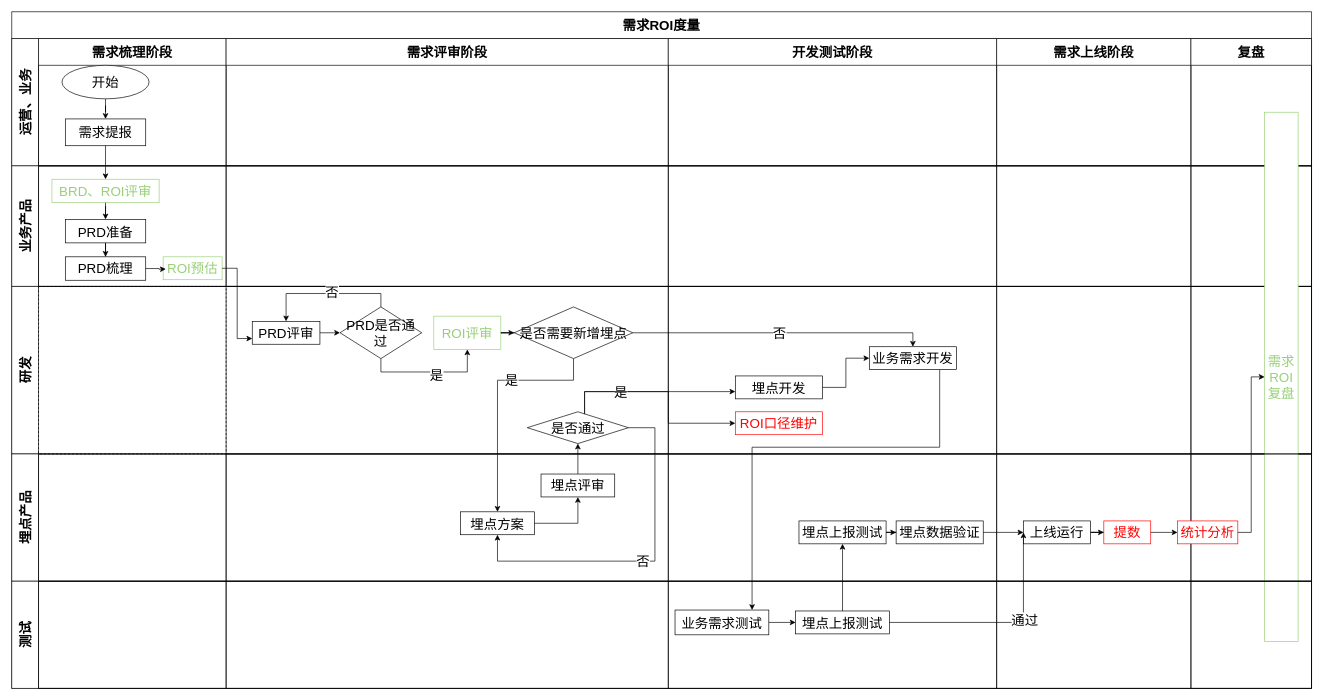
Before: page "职能流程图" (2 of 7) of 需求ROI评估.drawio in lihongliang1989/diagram, a draw.io diagram. Source tidied: cells renumbered, new cells numbered last; positions are measured from the earlier drawing's top-left corner, leaving out a move shared by most shapes. Both pictures are drawn from the tidied source at 67%, with x=0, y=0 at pixel (11, 11).
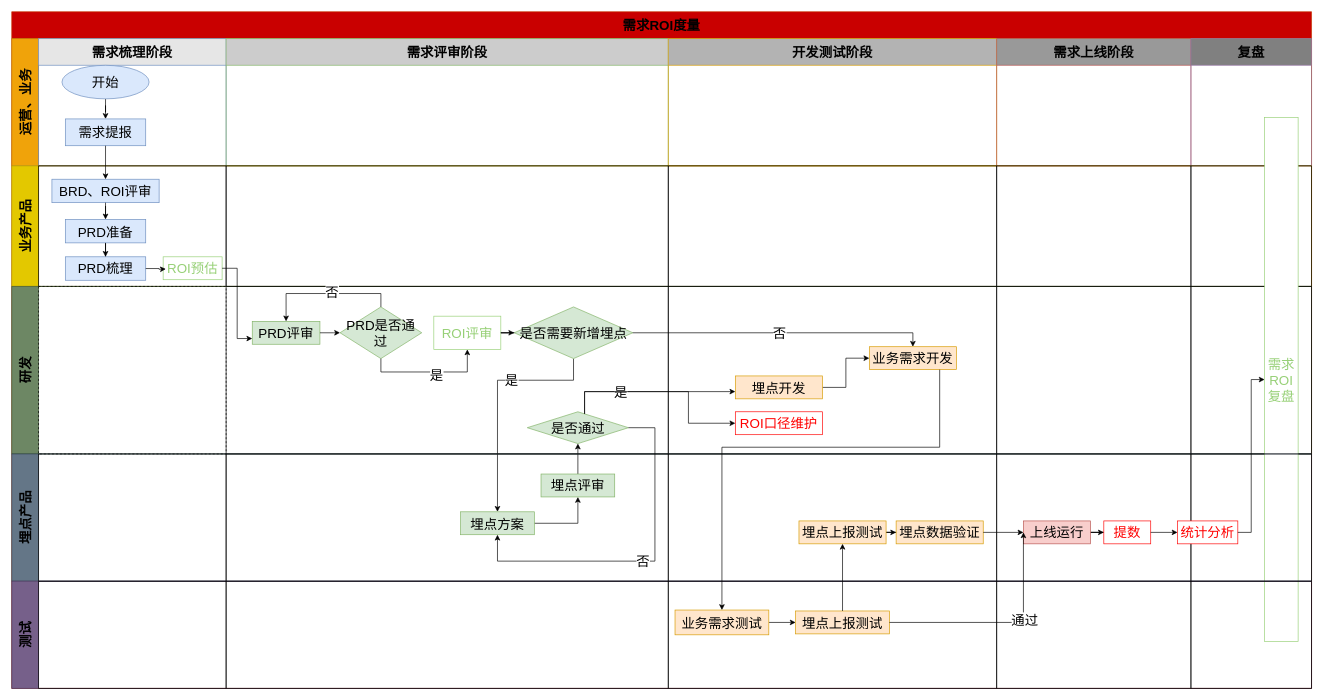
The same diagram, later.

The change refers to these unchanged cells:
```xml
<mxCell id="13" style="swimlane;startSize=0;html=1;whiteSpace=wrap;fontSize=20;" parent="12" vertex="1">
  <mxGeometry x="40" width="280" height="180" as="geometry" />
</mxCell>
<mxCell id="30" style="swimlane;startSize=0;html=1;whiteSpace=wrap;swimlaneLine=1;fontSize=20;" parent="28" vertex="1">
  <mxGeometry x="320" width="660" height="250" as="geometry" />
</mxCell>
<mxCell id="42" style="swimlane;startSize=0;html=1;whiteSpace=wrap;fontSize=20;" parent="28" vertex="1">
  <mxGeometry x="980" width="490" height="250" as="geometry" />
</mxCell>
<mxCell id="46" value="ROI口径维护" style="rounded=0;whiteSpace=wrap;html=1;gradientColor=none;fontSize=20;strokeColor=#FF0000;fontColor=#FF0000;" parent="42" vertex="1">
  <mxGeometry x="100" y="187.1" width="130" height="34.2" as="geometry" />
</mxCell>
<mxCell id="48" style="swimlane;startSize=0;html=1;whiteSpace=wrap;fontSize=20;" parent="28" vertex="1">
  <mxGeometry x="1760" width="180" height="250" as="geometry" />
</mxCell>
<mxCell id="56" style="swimlane;startSize=0;html=1;whiteSpace=wrap;fontSize=20;" parent="54" vertex="1">
  <mxGeometry x="320" width="660" height="190" as="geometry" />
</mxCell>
<mxCell id="60" style="swimlane;startSize=0;html=1;whiteSpace=wrap;fontSize=20;" parent="54" vertex="1">
  <mxGeometry x="980" width="490" height="190" as="geometry" />
</mxCell>
<mxCell id="64" style="swimlane;startSize=0;html=1;whiteSpace=wrap;fontSize=20;" parent="54" vertex="1">
  <mxGeometry x="1470" width="290" height="190" as="geometry" />
</mxCell>
<mxCell id="75" style="swimlane;startSize=0;html=1;whiteSpace=wrap;fontSize=20;" parent="72" vertex="1">
  <mxGeometry x="980" width="490" height="160" as="geometry" />
</mxCell>
```

What changed in the source:
```diff
@@
-    <mxCell id="2" value="需求ROI度量" style="shape=table;childLayout=tableLayout;rowLines=0;columnLines=0;startSize=40;html=1;whiteSpace=wrap;fontStyle=1;fontSize=20;" parent="1" vertex="1">
+    <mxCell id="2" value="需求ROI度量" style="shape=table;childLayout=tableLayout;rowLines=0;columnLines=0;startSize=40;html=1;whiteSpace=wrap;fontStyle=1;fontSize=20;strokeColor=#C73500;fontColor=#000000;fillColor=#C90000;" parent="1" vertex="1">
       <mxGeometry width="1940" height="1010" as="geometry" />
     </mxCell>
-    <mxCell id="3" value="&lt;font style=&quot;font-size: 20px;&quot;&gt;运营、业务&lt;/font&gt;" style="swimlane;horizontal=0;startSize=40;html=1;whiteSpace=wrap;fontSize=20;" parent="2" vertex="1">
+    <mxCell id="3" value="&lt;font style=&quot;font-size: 20px;&quot;&gt;运营、业务&lt;/font&gt;" style="swimlane;horizontal=0;startSize=40;html=1;whiteSpace=wrap;fontSize=20;fillColor=#f0a30a;strokeColor=#BD7000;fontColor=#000000;" parent="2" vertex="1">
       <mxGeometry y="40" width="1940" height="190" as="geometry" />
     </mxCell>
-    <mxCell id="4" value="&lt;font style=&quot;font-size: 20px;&quot;&gt;需求梳理阶段&lt;/font&gt;" style="swimlane;startSize=40;html=1;whiteSpace=wrap;fontSize=20;" parent="3" vertex="1">
+    <mxCell id="4" value="&lt;font style=&quot;font-size: 20px;&quot;&gt;需求梳理阶段&lt;/font&gt;" style="swimlane;startSize=40;html=1;whiteSpace=wrap;fontSize=20;strokeColor=#6c8ebf;swimlaneFillColor=none;fillColor=#E6E6E6;" parent="3" vertex="1">
       <mxGeometry x="40" width="280" height="190" as="geometry" />
     </mxCell>
@@
-    <mxCell id="6" value="开始" style="ellipse;whiteSpace=wrap;html=1;fontColor=#000000;strokeColor=#000000;gradientColor=none;fontSize=20;" parent="4" vertex="1">
+    <mxCell id="6" value="开始" style="ellipse;whiteSpace=wrap;html=1;strokeColor=#6c8ebf;fontSize=20;fillColor=#dae8fc;" parent="4" vertex="1">
       <mxGeometry x="35" y="40" width="130" height="50" as="geometry" />
     </mxCell>
-    <mxCell id="7" value="需求提报" style="rounded=0;whiteSpace=wrap;html=1;fontColor=#000000;strokeColor=#000000;gradientColor=none;fontSize=20;" parent="4" vertex="1">
+    <mxCell id="7" value="需求提报" style="rounded=0;whiteSpace=wrap;html=1;strokeColor=#6c8ebf;fontSize=20;fillColor=#dae8fc;" parent="4" vertex="1">
       <mxGeometry x="40" y="120" width="120" height="40" as="geometry" />
     </mxCell>
-    <mxCell id="8" value="&lt;font style=&quot;font-size: 20px;&quot;&gt;需求评审阶段&lt;/font&gt;" style="swimlane;startSize=40;html=1;whiteSpace=wrap;fontSize=20;" parent="3" vertex="1">
+    <mxCell id="8" value="&lt;font style=&quot;font-size: 20px;&quot;&gt;需求评审阶段&lt;/font&gt;" style="swimlane;startSize=40;html=1;whiteSpace=wrap;fontSize=20;strokeColor=#82b366;fillColor=#CCCCCC;" parent="3" vertex="1">
       <mxGeometry x="320" width="660" height="190" as="geometry" />
     </mxCell>
-    <mxCell id="9" value="&lt;font style=&quot;font-size: 20px;&quot;&gt;开发测试阶段&lt;/font&gt;" style="swimlane;startSize=40;html=1;whiteSpace=wrap;fontSize=20;" parent="3" vertex="1">
+    <mxCell id="9" value="&lt;font style=&quot;font-size: 20px;&quot;&gt;开发测试阶段&lt;/font&gt;" style="swimlane;startSize=40;html=1;whiteSpace=wrap;fontSize=20;strokeColor=#d79b00;fillColor=#B3B3B3;" parent="3" vertex="1">
       <mxGeometry x="980" width="490" height="190" as="geometry" />
     </mxCell>
-    <mxCell id="10" value="&lt;font style=&quot;font-size: 20px;&quot;&gt;需求上线阶段&lt;/font&gt;" style="swimlane;startSize=40;html=1;whiteSpace=wrap;fontSize=20;" parent="3" vertex="1">
+    <mxCell id="10" value="&lt;font style=&quot;font-size: 20px;&quot;&gt;需求上线阶段&lt;/font&gt;" style="swimlane;startSize=40;html=1;whiteSpace=wrap;fontSize=20;strokeColor=#b85450;fillColor=#999999;" parent="3" vertex="1">
       <mxGeometry x="1470" width="290" height="190" as="geometry" />
     </mxCell>
-    <mxCell id="11" value="&lt;font style=&quot;font-size: 20px;&quot;&gt;复盘&lt;/font&gt;" style="swimlane;startSize=40;html=1;whiteSpace=wrap;fontSize=20;" parent="3" vertex="1">
+    <mxCell id="11" value="&lt;font style=&quot;font-size: 20px;&quot;&gt;复盘&lt;/font&gt;" style="swimlane;startSize=40;html=1;whiteSpace=wrap;fontSize=20;strokeColor=#9673a6;fillColor=#808080;" parent="3" vertex="1">
       <mxGeometry x="1760" width="180" height="190" as="geometry" />
     </mxCell>
-    <mxCell id="12" value="&lt;font style=&quot;font-size: 20px;&quot;&gt;业务产品&lt;/font&gt;" style="swimlane;horizontal=0;startSize=40;html=1;whiteSpace=wrap;fontSize=20;" parent="2" vertex="1">
+    <mxCell id="12" value="&lt;font style=&quot;font-size: 20px;&quot;&gt;业务产品&lt;/font&gt;" style="swimlane;horizontal=0;startSize=40;html=1;whiteSpace=wrap;fontSize=20;fillColor=#e3c800;strokeColor=#B09500;fontColor=#000000;" parent="2" vertex="1">
       <mxGeometry y="230" width="1940" height="180" as="geometry" />
     </mxCell>
@@
-    <mxCell id="14" value="PRD准备" style="rounded=0;whiteSpace=wrap;html=1;fontColor=#000000;strokeColor=#000000;gradientColor=none;fontSize=20;" parent="13" vertex="1">
+    <mxCell id="14" value="PRD准备" style="rounded=0;whiteSpace=wrap;html=1;strokeColor=#6c8ebf;fontSize=20;fillColor=#dae8fc;" parent="13" vertex="1">
       <mxGeometry x="40" y="80" width="120" height="35" as="geometry" />
     </mxCell>
-    <mxCell id="15" value="BRD、ROI评审" style="rounded=0;whiteSpace=wrap;html=1;fontColor=#97D077;strokeColor=#97D077;gradientColor=none;fontSize=20;" parent="13" vertex="1">
+    <mxCell id="15" value="BRD、ROI评审" style="rounded=0;whiteSpace=wrap;html=1;strokeColor=#6c8ebf;fontSize=20;fillColor=#dae8fc;" parent="13" vertex="1">
       <mxGeometry x="20" y="20" width="160" height="35" as="geometry" />
     </mxCell>
@@
-    <mxCell id="17" value="PRD梳理" style="rounded=0;whiteSpace=wrap;html=1;fontColor=#000000;strokeColor=#000000;gradientColor=none;fontSize=20;" parent="13" vertex="1">
+    <mxCell id="17" value="PRD梳理" style="rounded=0;whiteSpace=wrap;html=1;strokeColor=#6c8ebf;fontSize=20;fillColor=#dae8fc;" parent="13" vertex="1">
       <mxGeometry x="40" y="135.8" width="120" height="35" as="geometry" />
     </mxCell>
@@
-    <mxCell id="19" value="ROI预估" style="rounded=0;whiteSpace=wrap;html=1;gradientColor=none;strokeColor=#97D077;fontColor=#97D077;fontSize=20;" parent="13" vertex="1">
+    <mxCell id="19" value="ROI预估" style="rounded=0;whiteSpace=wrap;html=1;strokeColor=#97D077;fontSize=20;fillColor=#ffffff;fontColor=#97D077;" parent="13" vertex="1">
       <mxGeometry x="186" y="135.8" width="88" height="34.2" as="geometry" />
     </mxCell>
@@
-    <mxCell id="28" value="&lt;font style=&quot;font-size: 20px;&quot;&gt;研发&lt;/font&gt;" style="swimlane;horizontal=0;startSize=40;html=1;whiteSpace=wrap;fontSize=20;" parent="2" vertex="1">
+    <mxCell id="28" value="&lt;font style=&quot;font-size: 20px;&quot;&gt;研发&lt;/font&gt;" style="swimlane;horizontal=0;startSize=40;html=1;whiteSpace=wrap;fontSize=20;fillColor=#6d8764;strokeColor=#3A5431;" parent="2" vertex="1">
       <mxGeometry y="410" width="1940" height="250" as="geometry" />
     </mxCell>
@@
-    <mxCell id="31" value="是否通过" style="rhombus;whiteSpace=wrap;html=1;fontColor=#000000;strokeColor=#000000;gradientColor=none;fontSize=20;" parent="30" vertex="1">
+    <mxCell id="31" value="是否通过" style="rhombus;whiteSpace=wrap;html=1;strokeColor=#82b366;fontSize=20;fillColor=#d5e8d4;" parent="30" vertex="1">
       <mxGeometry x="449.5" y="187.1" width="151" height="47.5" as="geometry" />
     </mxCell>
-    <mxCell id="32" value="PRD是否通过" style="rhombus;whiteSpace=wrap;html=1;fontSize=20;" parent="30" vertex="1">
+    <mxCell id="32" value="PRD是否通过" style="rhombus;whiteSpace=wrap;html=1;fontSize=20;fillColor=#d5e8d4;strokeColor=#82b366;" parent="30" vertex="1">
       <mxGeometry x="170" y="30.6" width="122" height="77.1" as="geometry" />
     </mxCell>
-    <mxCell id="33" value="PRD评审" style="rounded=0;whiteSpace=wrap;html=1;fontSize=20;" parent="30" vertex="1">
+    <mxCell id="33" value="PRD评审" style="rounded=0;whiteSpace=wrap;html=1;fontSize=20;fillColor=#d5e8d4;strokeColor=#82b366;" parent="30" vertex="1">
       <mxGeometry x="39" y="52.1" width="101" height="34.2" as="geometry" />
     </mxCell>
@@
-    <mxCell id="40" value="是否需要新增埋点" style="rhombus;whiteSpace=wrap;html=1;fontColor=#000000;strokeColor=#000000;gradientColor=none;fontSize=20;" parent="30" vertex="1">
+    <mxCell id="40" value="是否需要新增埋点" style="rhombus;whiteSpace=wrap;html=1;strokeColor=#82b366;fontSize=20;fillColor=#d5e8d4;" parent="30" vertex="1">
       <mxGeometry x="430" y="30.6" width="177" height="77.1" as="geometry" />
     </mxCell>
@@
-    <mxCell id="44" value="埋点开发" style="rounded=0;whiteSpace=wrap;html=1;fontColor=#000000;strokeColor=#000000;gradientColor=none;fontSize=20;" parent="42" vertex="1">
+    <mxCell id="44" value="埋点开发" style="rounded=0;whiteSpace=wrap;html=1;strokeColor=#d79b00;fontSize=20;fillColor=#ffe6cc;" parent="42" vertex="1">
       <mxGeometry x="100" y="133.6" width="130" height="34.2" as="geometry" />
     </mxCell>
-    <mxCell id="45" value="业务需求开发" style="rounded=0;whiteSpace=wrap;html=1;fontColor=#000000;strokeColor=#000000;gradientColor=none;fontSize=20;" parent="42" vertex="1">
+    <mxCell id="45" value="业务需求开发" style="rounded=0;whiteSpace=wrap;html=1;strokeColor=#d79b00;fontSize=20;fillColor=#ffe6cc;" parent="42" vertex="1">
       <mxGeometry x="300" y="90" width="130" height="34.2" as="geometry" />
     </mxCell>
@@
     <mxCell id="49" value="需求ROI复盘" style="rounded=0;whiteSpace=wrap;html=1;fontColor=#97D077;strokeColor=#97D077;gradientColor=none;fontSize=20;" parent="48" vertex="1">
-      <mxGeometry x="110" y="-260" width="50" height="790" as="geometry" />
+      <mxGeometry x="110" y="-252" width="50" height="782" as="geometry" />
     </mxCell>
@@
     <mxCell id="52" style="edgeStyle=orthogonalEdgeStyle;rounded=0;jettySize=auto;html=1;entryX=0;entryY=0.5;entryDx=0;entryDy=0;fontColor=#000000;fontSize=20;" parent="28" edge="1" source="31" target="46">
       <mxGeometry relative="1" as="geometry">
         <Array as="points">
           <mxPoint x="855" y="157" />
-          <mxPoint x="980" y="157" />
-          <mxPoint x="980" y="204" />
+          <mxPoint x="1010" y="157" />
+          <mxPoint x="1010" y="204" />
         </Array>
       </mxGeometry>
     </mxCell>
@@
-    <mxCell id="54" value="&lt;font style=&quot;font-size: 20px;&quot;&gt;埋点产品&lt;/font&gt;" style="swimlane;horizontal=0;startSize=40;html=1;whiteSpace=wrap;fontSize=20;" parent="2" vertex="1">
+    <mxCell id="54" value="&lt;font style=&quot;font-size: 20px;&quot;&gt;埋点产品&lt;/font&gt;" style="swimlane;horizontal=0;startSize=40;html=1;whiteSpace=wrap;fontSize=20;fillColor=#647687;strokeColor=#314354;" parent="2" vertex="1">
       <mxGeometry y="660" width="1940" height="190" as="geometry" />
     </mxCell>
@@
-    <mxCell id="58" value="埋点方案" style="rounded=0;whiteSpace=wrap;html=1;fontColor=#000000;strokeColor=#000000;gradientColor=none;fontSize=20;" parent="56" vertex="1">
+    <mxCell id="58" value="埋点方案" style="rounded=0;whiteSpace=wrap;html=1;strokeColor=#82b366;fontSize=20;fillColor=#d5e8d4;" parent="56" vertex="1">
       <mxGeometry x="350" y="86.4" width="110" height="34.2" as="geometry" />
     </mxCell>
-    <mxCell id="59" value="埋点评审" style="rounded=0;whiteSpace=wrap;html=1;fontColor=#000000;strokeColor=#000000;gradientColor=none;fontSize=20;" parent="56" vertex="1">
+    <mxCell id="59" value="埋点评审" style="rounded=0;whiteSpace=wrap;html=1;strokeColor=#82b366;fontSize=20;fillColor=#d5e8d4;" parent="56" vertex="1">
       <mxGeometry x="470" y="30" width="110" height="34.2" as="geometry" />
     </mxCell>
@@
-    <mxCell id="62" value="埋点上报测试" style="rounded=0;whiteSpace=wrap;html=1;fontColor=#000000;strokeColor=#000000;gradientColor=none;fontSize=20;" parent="60" vertex="1">
+    <mxCell id="62" value="埋点上报测试" style="rounded=0;whiteSpace=wrap;html=1;strokeColor=#d79b00;fontSize=20;fillColor=#ffe6cc;" parent="60" vertex="1">
       <mxGeometry x="195" y="100" width="130" height="34.2" as="geometry" />
     </mxCell>
-    <mxCell id="63" value="埋点数据验证" style="rounded=0;whiteSpace=wrap;html=1;fontColor=#000000;strokeColor=#000000;gradientColor=none;fontSize=20;" parent="60" vertex="1">
+    <mxCell id="63" value="埋点数据验证" style="rounded=0;whiteSpace=wrap;html=1;strokeColor=#d79b00;fontSize=20;fillColor=#ffe6cc;" parent="60" vertex="1">
       <mxGeometry x="340" y="100" width="130" height="34.2" as="geometry" />
     </mxCell>
@@
-    <mxCell id="66" value="上线运行" style="rounded=0;whiteSpace=wrap;html=1;fontColor=#000000;strokeColor=#000000;gradientColor=none;fontSize=20;" parent="64" vertex="1">
+    <mxCell id="66" value="上线运行" style="rounded=0;whiteSpace=wrap;html=1;strokeColor=#b85450;fontSize=20;fillColor=#f8cecc;" parent="64" vertex="1">
       <mxGeometry x="40" y="100" width="100" height="34.2" as="geometry" />
     </mxCell>
@@
-    <mxCell id="72" value="&lt;font style=&quot;font-size: 20px;&quot;&gt;测试&lt;/font&gt;" style="swimlane;horizontal=0;startSize=40;html=1;whiteSpace=wrap;fontSize=20;" parent="2" vertex="1">
+    <mxCell id="72" value="&lt;font style=&quot;font-size: 20px;&quot;&gt;测试&lt;/font&gt;" style="swimlane;horizontal=0;startSize=40;html=1;whiteSpace=wrap;fontSize=20;fillColor=#76608a;strokeColor=#432D57;" parent="2" vertex="1">
       <mxGeometry y="850" width="1940" height="160" as="geometry" />
     </mxCell>
@@
-    <mxCell id="76" value="埋点上报测试" style="rounded=0;whiteSpace=wrap;html=1;fontColor=#000000;strokeColor=#000000;gradientColor=none;fontSize=20;" parent="75" vertex="1">
+    <mxCell id="76" value="埋点上报测试" style="rounded=0;whiteSpace=wrap;html=1;strokeColor=#d79b00;fontSize=20;fillColor=#ffe6cc;" parent="75" vertex="1">
       <mxGeometry x="190" y="44.4" width="140" height="34.2" as="geometry" />
     </mxCell>
@@
-    <mxCell id="78" value="业务需求测试" style="rounded=0;whiteSpace=wrap;html=1;fontColor=#000000;strokeColor=#000000;gradientColor=none;fontSize=20;" parent="75" vertex="1">
+    <mxCell id="78" value="业务需求测试" style="rounded=0;whiteSpace=wrap;html=1;strokeColor=#d79b00;fontSize=20;fillColor=#ffe6cc;" parent="75" vertex="1">
       <mxGeometry x="10" y="43" width="140" height="37" as="geometry" />
     </mxCell>
@@
-    <mxCell id="86" style="edgeStyle=orthogonalEdgeStyle;rounded=0;jettySize=auto;html=1;fontColor=#000000;fontSize=20;" parent="2" edge="1" source="45" target="78">
+    <mxCell id="86" style="edgeStyle=orthogonalEdgeStyle;rounded=0;jettySize=auto;html=1;fontColor=#000000;fontSize=20;entryX=0.5;entryY=0;entryDx=0;entryDy=0;" parent="2" edge="1" source="45" target="78">
       <mxGeometry relative="1" as="geometry">
         <Array as="points">
           <mxPoint x="1385" y="650" />
-          <mxPoint x="1105" y="650" />
+          <mxPoint x="1060" y="650" />
         </Array>
       </mxGeometry>
     </mxCell>
```
